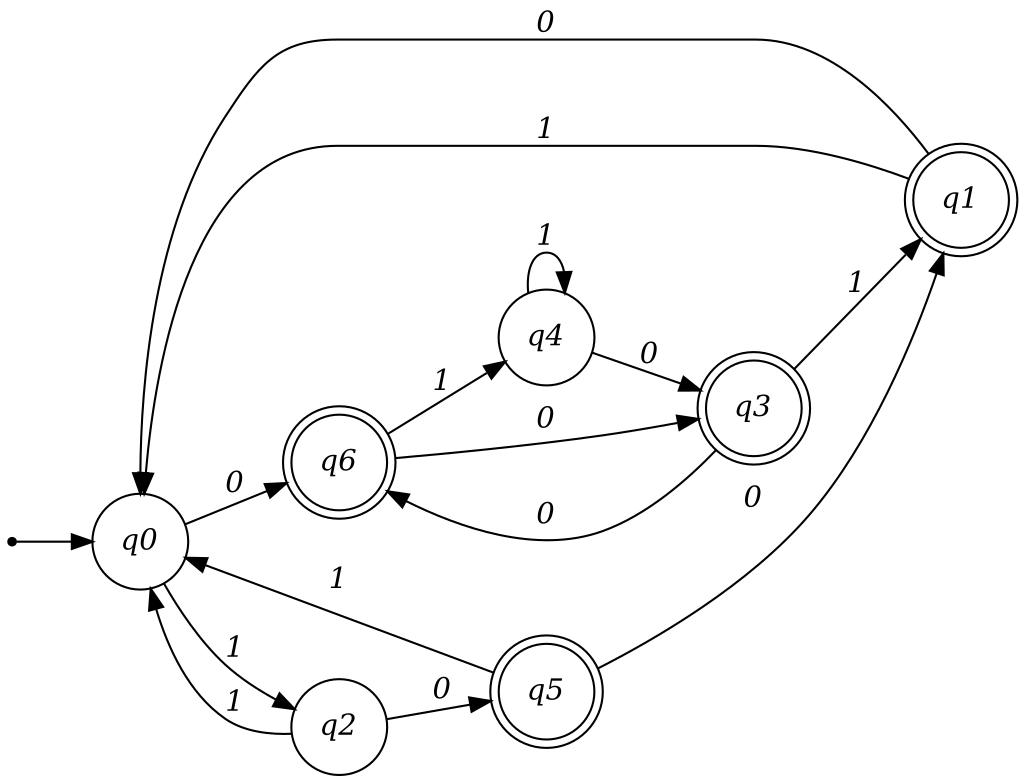
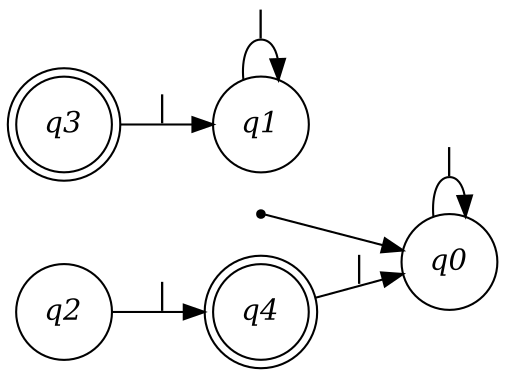
digraph finite_state_machine {
  rankdir=LR;
-   size="7"
+   size="5"
  node [fontname="times-italic"];
  edge [fontname="times-italic"];
  node [shape = point]; qi
-   node [shape = doublecircle]; q1,q3,q5,q6;
+   node [shape = doublecircle]; q3,q4;
  node [shape = circle];
  qi -> q0;
-   q0 -> q6 [ label = "0" ];
-   q0 -> q2 [ label = "1" ];
-   q1 -> q0 [ label = "0" ];
-   q1 -> q0 [ label = "1" ];
-   q2 -> q5 [ label = "0" ];
-   q2 -> q0 [ label = "1" ];
-   q3 -> q6 [ label = "0" ];
-   q3 -> q1 [ label = "1" ];
-   q4 -> q3 [ label = "0" ];
-   q4 -> q4 [ label = "1" ];
-   q5 -> q1 [ label = "0" ];
-   q5 -> q0 [ label = "1" ];
-   q6 -> q3 [ label = "0" ];
-   q6 -> q4 [ label = "1" ];
+   q0 -> q0 [ label = "|" ];
+   q1 -> q1 [ label = "|" ];
+   q2 -> q4 [ label = "|" ];
+   q3 -> q1 [ label = "|" ];
+   q4 -> q0 [ label = "|" ];
}
